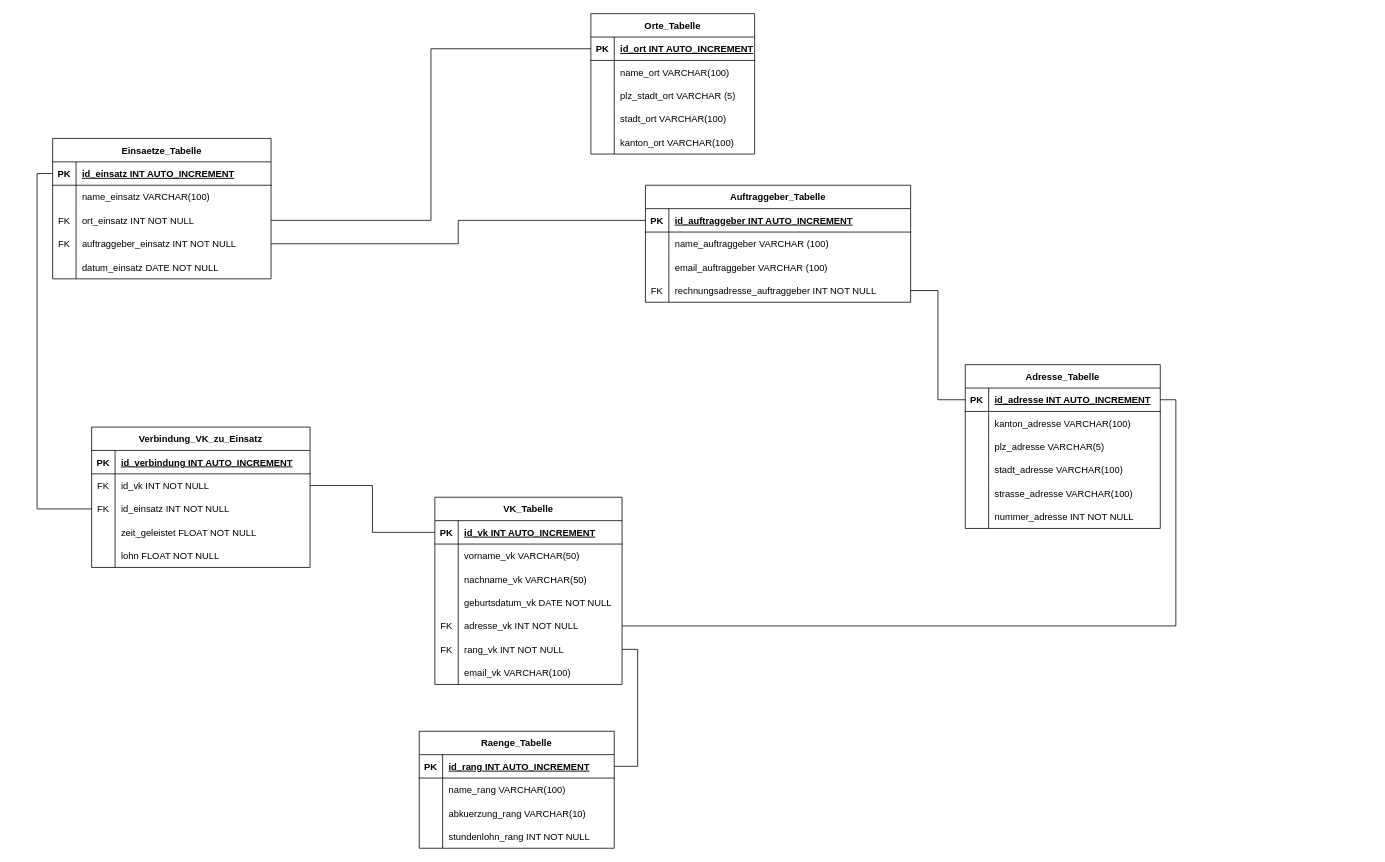
Earlier version of the draw.io diagram ERM_Datenbank.drawio (CMSuisse/ef5-Datenbank-Projekt). Source tidied: cells renumbered, new cells numbered last; positions are measured from the earlier drawing's top-left corner, leaving out a move shared by most shapes. Both pictures are drawn from the tidied source at 78%, with x=0, y=0 at pixel (52, 13).
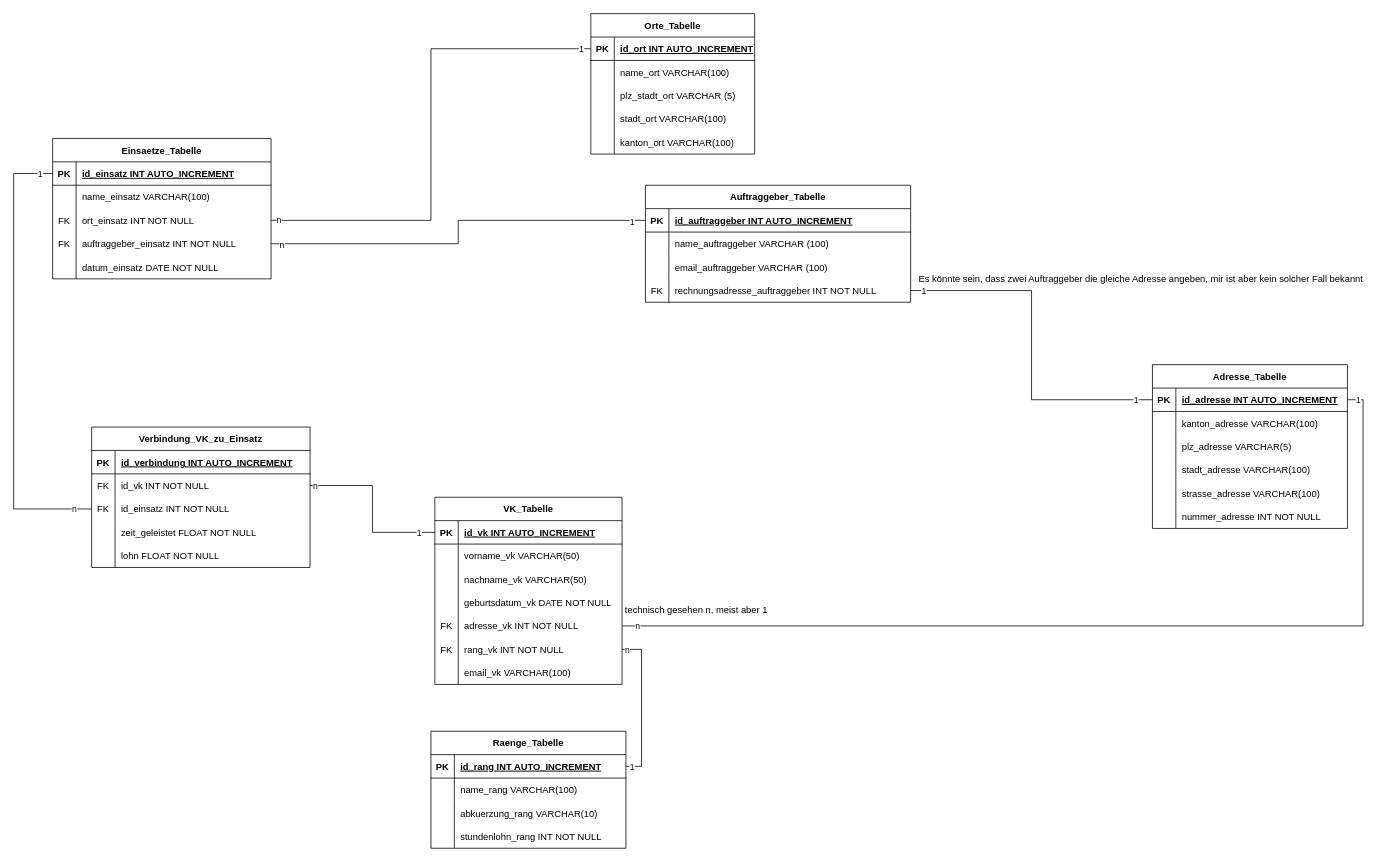
The same page after the edit.

Unchanged cells that the change refers to:
```xml
<mxCell id="3" style="shape=tableRow;horizontal=0;startSize=0;swimlaneHead=0;swimlaneBody=0;fillColor=none;points=[[0,0.5],[1,0.5]];portConstraint=eastwest;top=0;left=0;right=0;bottom=1;" parent="2" vertex="1">
  <mxGeometry y="30" width="280" height="30" as="geometry" />
</mxCell>
<mxCell id="47" style="edgeStyle=orthogonalEdgeStyle;rounded=0;jettySize=auto;html=1;exitX=1;exitY=0.5;exitDx=0;exitDy=0;entryX=0;entryY=0.5;entryDx=0;entryDy=0;endArrow=none;endFill=0;" parent="1" edge="1" source="9" target="19">
  <mxGeometry relative="1" as="geometry" />
</mxCell>
<mxCell id="48" style="edgeStyle=orthogonalEdgeStyle;rounded=0;jettySize=auto;html=1;exitX=1;exitY=0.5;exitDx=0;exitDy=0;entryX=0;entryY=0.5;entryDx=0;entryDy=0;endArrow=none;endFill=0;" parent="1" edge="1" source="12" target="35">
  <mxGeometry relative="1" as="geometry" />
</mxCell>
<mxCell id="68" style="edgeStyle=orthogonalEdgeStyle;rounded=0;jettySize=auto;html=1;exitX=1;exitY=0.5;exitDx=0;exitDy=0;entryX=0;entryY=0.5;entryDx=0;entryDy=0;endArrow=none;endFill=0;" parent="1" edge="1" source="44" target="50">
  <mxGeometry relative="1" as="geometry" />
</mxCell>
<mxCell id="91" style="edgeStyle=orthogonalEdgeStyle;rounded=0;jettySize=auto;html=1;exitX=1;exitY=0.5;exitDx=0;exitDy=0;entryX=1;entryY=0.5;entryDx=0;entryDy=0;endArrow=none;endFill=0;" parent="1" edge="1" source="82" target="50">
  <mxGeometry relative="1" as="geometry" />
</mxCell>
<mxCell id="112" style="shape=tableRow;horizontal=0;startSize=0;swimlaneHead=0;swimlaneBody=0;fillColor=none;points=[[0,0.5],[1,0.5]];portConstraint=eastwest;top=0;left=0;right=0;bottom=0;" parent="105" vertex="1">
  <mxGeometry y="90" width="280" height="30" as="geometry" />
</mxCell>
<mxCell id="121" style="edgeStyle=orthogonalEdgeStyle;rounded=0;jettySize=auto;html=1;exitX=1;exitY=0.5;exitDx=0;exitDy=0;entryX=0;entryY=0.5;entryDx=0;entryDy=0;endArrow=none;endFill=0;" parent="1" edge="1" source="109" target="70">
  <mxGeometry relative="1" as="geometry" />
</mxCell>
<mxCell id="123" style="edgeStyle=orthogonalEdgeStyle;rounded=0;jettySize=auto;html=1;exitX=1;exitY=0.5;exitDx=0;exitDy=0;entryX=1;entryY=0.5;entryDx=0;entryDy=0;endArrow=none;endFill=0;" parent="1" edge="1" source="85" target="93">
  <mxGeometry relative="1" as="geometry" />
</mxCell>
```

The edit, as a diff of the source:
```diff
@@
+    <mxCell id="124" value="n" style="edgeLabel;html=1;align=center;verticalAlign=middle;" parent="47" vertex="1">
+      <mxGeometry x="-0.91" y="1" relative="1" as="geometry">
+        <mxPoint x="-19" as="offset" />
+      </mxGeometry>
+    </mxCell>
+    <mxCell id="125" value="1" style="edgeLabel;html=1;align=center;verticalAlign=middle;" parent="47" vertex="1">
+      <mxGeometry x="0.96" relative="1" as="geometry" />
+    </mxCell>
@@
+    <mxCell id="126" value="1" style="edgeLabel;html=1;align=center;verticalAlign=middle;" parent="48" vertex="1">
+      <mxGeometry x="0.93" y="-1" relative="1" as="geometry" />
+    </mxCell>
+    <mxCell id="127" value="n" style="edgeLabel;html=1;align=center;verticalAlign=middle;" parent="48" vertex="1">
+      <mxGeometry x="-0.95" y="-1" relative="1" as="geometry" />
+    </mxCell>
     <mxCell id="49" value="Adresse_Tabelle" style="shape=table;startSize=30;childLayout=tableLayout;rowLines=0;fontStyle=1;align=center;" parent="1" vertex="1">
-      <mxGeometry x="1170" y="450" width="250" height="210" as="geometry" />
+      <mxGeometry x="1410" y="450" width="250" height="210" as="geometry" />
     </mxCell>
@@
+    <mxCell id="128" value="1" style="edgeLabel;html=1;align=center;verticalAlign=middle;" parent="68" vertex="1">
+      <mxGeometry x="0.9" relative="1" as="geometry" />
+    </mxCell>
+    <mxCell id="129" value="1" style="edgeLabel;html=1;align=center;verticalAlign=middle;" parent="68" vertex="1">
+      <mxGeometry x="-0.93" relative="1" as="geometry" />
+    </mxCell>
@@
+    <mxCell id="130" value="1" style="edgeLabel;html=1;align=center;verticalAlign=middle;" parent="91" vertex="1">
+      <mxGeometry x="0.98" relative="1" as="geometry" />
+    </mxCell>
+    <mxCell id="131" value="n" style="edgeLabel;html=1;align=center;verticalAlign=middle;" parent="91" vertex="1">
+      <mxGeometry x="-0.97" relative="1" as="geometry" />
+    </mxCell>
     <mxCell id="92" value="Raenge_Tabelle" style="shape=table;startSize=30;childLayout=tableLayout;rowLines=0;fontStyle=1;align=center;" parent="1" vertex="1">
-      <mxGeometry x="470" y="920" width="250" height="150" as="geometry" />
+      <mxGeometry x="485" y="920" width="250" height="150" as="geometry" />
     </mxCell>
@@
+    <mxCell id="132" value="1" style="edgeLabel;html=1;align=center;verticalAlign=middle;" parent="121" vertex="1">
+      <mxGeometry x="0.81" relative="1" as="geometry" />
+    </mxCell>
+    <mxCell id="133" value="n" style="edgeLabel;html=1;align=center;verticalAlign=middle;" parent="121" vertex="1">
+      <mxGeometry x="-0.95" relative="1" as="geometry" />
+    </mxCell>
     <mxCell id="122" style="edgeStyle=orthogonalEdgeStyle;rounded=0;jettySize=auto;html=1;exitX=0;exitY=0.5;exitDx=0;exitDy=0;entryX=0;entryY=0.5;entryDx=0;entryDy=0;endArrow=none;endFill=0;" parent="1" edge="1" source="112" target="3">
-      <mxGeometry relative="1" as="geometry" />
+      <mxGeometry relative="1" as="geometry">
+        <Array as="points">
+          <mxPoint x="-50" y="635" />
+          <mxPoint x="-50" y="205" />
+        </Array>
+      </mxGeometry>
     </mxCell>
+    <mxCell id="134" value="n" style="edgeLabel;html=1;align=center;verticalAlign=middle;" parent="122" vertex="1">
+      <mxGeometry x="-0.92" relative="1" as="geometry" />
+    </mxCell>
+    <mxCell id="135" value="1" style="edgeLabel;html=1;align=center;verticalAlign=middle;" parent="122" vertex="1">
+      <mxGeometry x="0.94" relative="1" as="geometry" />
+    </mxCell>
@@
+    <mxCell id="136" value="1" style="edgeLabel;html=1;align=center;verticalAlign=middle;" parent="123" vertex="1">
+      <mxGeometry x="0.93" relative="1" as="geometry" />
+    </mxCell>
+    <mxCell id="137" value="n" style="edgeLabel;html=1;align=center;verticalAlign=middle;" parent="123" vertex="1">
+      <mxGeometry x="-0.94" relative="1" as="geometry" />
+    </mxCell>
+    <mxCell id="138" value="technisch gesehen n, meist aber 1" style="text;html=1;align=center;verticalAlign=middle;strokeColor=none;fillColor=none;" parent="1" vertex="1">
+      <mxGeometry x="720" y="750" width="210" height="30" as="geometry" />
+    </mxCell>
+    <mxCell id="139" value="Es könnte sein, dass zwei Auftraggeber die gleiche Adresse angeben, mir ist aber kein solcher Fall bekannt" style="text;html=1;align=center;verticalAlign=middle;strokeColor=none;fillColor=none;" parent="1" vertex="1">
+      <mxGeometry x="1100" y="325" width="590" height="30" as="geometry" />
+    </mxCell>
```
